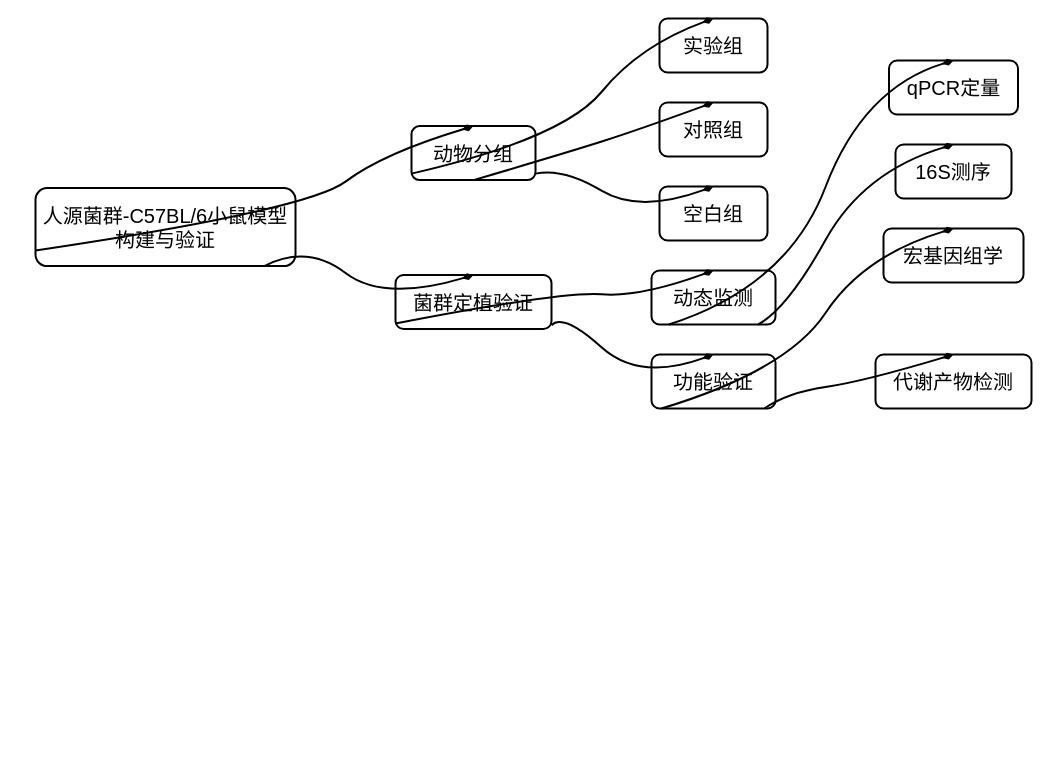
Above: 技术路线图2.drawio in DavidWang2019/TEST (draw.io), before the change. Source tidied: cells renumbered, new cells numbered last; positions are measured from the earlier drawing's top-left corner, leaving out a move shared by most shapes. Both pictures are drawn from the tidied source at 100%, with x=0, y=0 at pixel (35, 18).
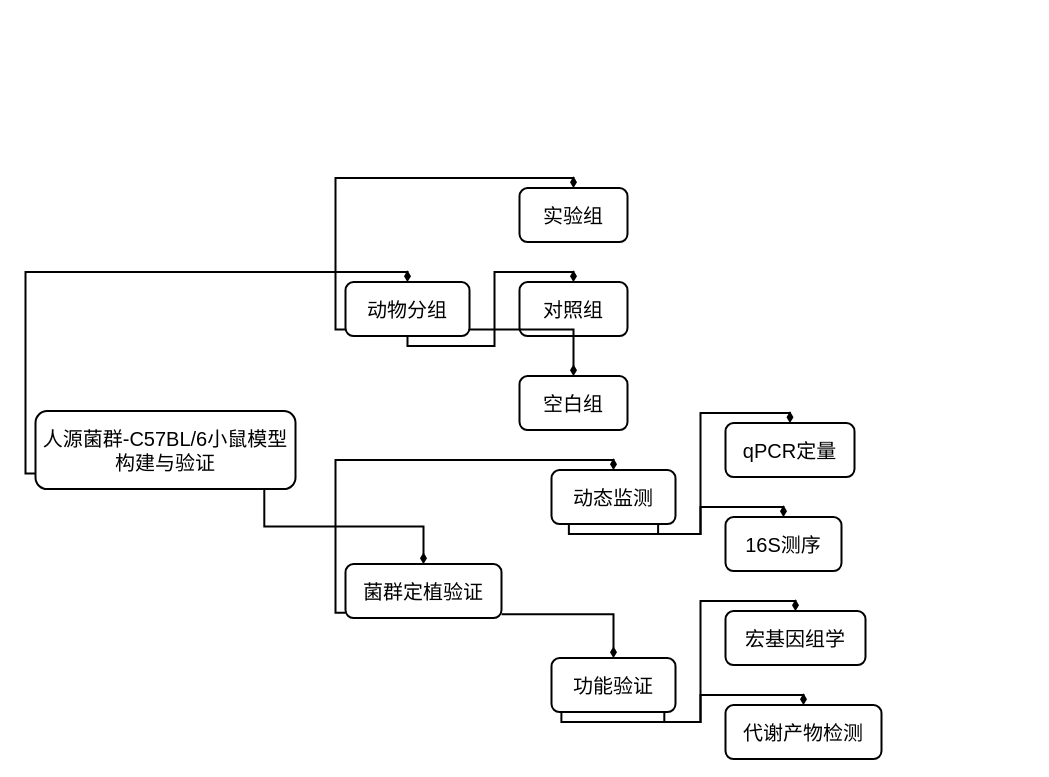
The same page after the edit.

Commit message (it also covers changes not shown here):
更新技术路线图2.drawio

What changed in the source:
```diff
@@
     <mxCell id="2" value="人源菌群-C57BL/6小鼠模型构建与验证" style="whiteSpace=wrap;strokeWidth=2;rounded=1;glass=0;fontSize=20;" parent="1" vertex="1">
-      <mxGeometry y="169.6" width="260" height="78" as="geometry" />
+      <mxGeometry y="392.6" width="260" height="78" as="geometry" />
     </mxCell>
     <mxCell id="3" value="动物分组" style="whiteSpace=wrap;strokeWidth=2;rounded=1;glass=0;fontSize=20;" parent="1" vertex="1">
-      <mxGeometry x="376" y="107.6" width="124" height="54" as="geometry" />
+      <mxGeometry x="310" y="263.6" width="124" height="54" as="geometry" />
     </mxCell>
     <mxCell id="4" value="菌群定植验证" style="whiteSpace=wrap;strokeWidth=2;rounded=1;glass=0;fontSize=20;" parent="1" vertex="1">
-      <mxGeometry x="360" y="256.5" width="156" height="54" as="geometry" />
+      <mxGeometry x="310" y="545.6" width="156" height="54" as="geometry" />
     </mxCell>
     <mxCell id="5" value="实验组" style="whiteSpace=wrap;strokeWidth=2;rounded=1;glass=0;fontSize=20;" parent="1" vertex="1">
-      <mxGeometry x="624" width="108" height="54" as="geometry" />
+      <mxGeometry x="484" y="169.6" width="108" height="54" as="geometry" />
     </mxCell>
     <mxCell id="6" value="对照组" style="whiteSpace=wrap;strokeWidth=2;rounded=1;glass=0;fontSize=20;" parent="1" vertex="1">
-      <mxGeometry x="624" y="84" width="108" height="54" as="geometry" />
+      <mxGeometry x="484" y="263.6" width="108" height="54" as="geometry" />
     </mxCell>
     <mxCell id="7" value="空白组" style="whiteSpace=wrap;strokeWidth=2;rounded=1;glass=0;fontSize=20;" parent="1" vertex="1">
-      <mxGeometry x="624" y="168" width="108" height="54" as="geometry" />
+      <mxGeometry x="484" y="357.6" width="108" height="54" as="geometry" />
     </mxCell>
     <mxCell id="8" value="动态监测" style="whiteSpace=wrap;strokeWidth=2;rounded=1;glass=0;fontSize=20;" parent="1" vertex="1">
-      <mxGeometry x="616" y="252" width="124" height="54" as="geometry" />
+      <mxGeometry x="516" y="451.6" width="124" height="54" as="geometry" />
     </mxCell>
     <mxCell id="9" value="功能验证" style="whiteSpace=wrap;strokeWidth=2;rounded=1;glass=0;fontSize=20;" parent="1" vertex="1">
-      <mxGeometry x="616" y="336" width="124" height="54" as="geometry" />
+      <mxGeometry x="516" y="639.6" width="124" height="54" as="geometry" />
     </mxCell>
     <mxCell id="10" value="qPCR定量" style="whiteSpace=wrap;strokeWidth=2;rounded=1;glass=0;fontSize=20;" parent="1" vertex="1">
-      <mxGeometry x="853.5" y="42" width="129" height="54" as="geometry" />
+      <mxGeometry x="690" y="404.6" width="129" height="54" as="geometry" />
     </mxCell>
     <mxCell id="11" value="16S测序" style="whiteSpace=wrap;strokeWidth=2;rounded=1;glass=0;fontSize=20;" parent="1" vertex="1">
-      <mxGeometry x="860" y="126" width="116" height="54" as="geometry" />
+      <mxGeometry x="690" y="498.6" width="116" height="54" as="geometry" />
     </mxCell>
     <mxCell id="12" value="宏基因组学" style="whiteSpace=wrap;strokeWidth=2;rounded=1;glass=0;fontSize=20;" parent="1" vertex="1">
-      <mxGeometry x="848" y="210" width="140" height="54" as="geometry" />
+      <mxGeometry x="690" y="592.6" width="140" height="54" as="geometry" />
     </mxCell>
     <mxCell id="13" value="代谢产物检测" style="whiteSpace=wrap;strokeWidth=2;rounded=1;glass=0;fontSize=20;" parent="1" vertex="1">
-      <mxGeometry x="840" y="336" width="156" height="54" as="geometry" />
+      <mxGeometry x="690" y="686.6" width="156" height="54" as="geometry" />
     </mxCell>
-    <mxCell id="14" style="curved=1;startArrow=none;endArrow=diamondThin;exitX=0;exitY=0.8;entryX=0.5;entryY=0;rounded=0;strokeWidth=2;endFill=1;noEdgeStyle=1;orthogonal=1;" parent="1" edge="1" source="2" target="3">
-      <mxGeometry relative="1" as="geometry">
-        <Array as="points">
-          <mxPoint x="272" y="191.6" />
-          <mxPoint x="348" y="134.6" />
-        </Array>
-      </mxGeometry>
+    <mxCell id="14" style="startArrow=none;endArrow=diamondThin;exitX=0;exitY=0.8;entryX=0.5;entryY=0;rounded=0;strokeWidth=2;endFill=1;orthogonal=1;edgeStyle=orthogonalEdgeStyle;" parent="1" edge="1" source="2" target="3">
+      <mxGeometry relative="1" as="geometry" />
     </mxCell>
-    <mxCell id="15" style="curved=1;startArrow=none;endArrow=diamondThin;exitX=0.88;exitY=1;entryX=0.5;entryY=0;rounded=0;strokeWidth=2;endFill=1;noEdgeStyle=1;orthogonal=1;" parent="1" edge="1" source="2" target="4">
-      <mxGeometry relative="1" as="geometry">
-        <Array as="points">
-          <mxPoint x="272" y="225.6" />
-          <mxPoint x="348" y="283.5" />
-        </Array>
-      </mxGeometry>
+    <mxCell id="15" style="startArrow=none;endArrow=diamondThin;exitX=0.88;exitY=1;entryX=0.5;entryY=0;rounded=0;strokeWidth=2;endFill=1;orthogonal=1;edgeStyle=orthogonalEdgeStyle;" parent="1" edge="1" source="2" target="4">
+      <mxGeometry relative="1" as="geometry" />
     </mxCell>
-    <mxCell id="16" style="curved=1;startArrow=none;endArrow=diamondThin;exitX=0;exitY=0.88;entryX=0.5;entryY=0;rounded=0;strokeWidth=2;endFill=1;noEdgeStyle=1;orthogonal=1;" parent="1" edge="1" source="3" target="5">
-      <mxGeometry relative="1" as="geometry">
-        <Array as="points">
-          <mxPoint x="528" y="120" />
-          <mxPoint x="604" y="27" />
-        </Array>
-      </mxGeometry>
+    <mxCell id="16" style="startArrow=none;endArrow=diamondThin;exitX=0;exitY=0.88;entryX=0.5;entryY=0;rounded=0;strokeWidth=2;endFill=1;orthogonal=1;edgeStyle=orthogonalEdgeStyle;" parent="1" edge="1" source="3" target="5">
+      <mxGeometry relative="1" as="geometry" />
     </mxCell>
-    <mxCell id="17" style="curved=1;startArrow=none;endArrow=diamondThin;exitX=0.5;exitY=1;entryX=0.5;entryY=0;rounded=0;strokeWidth=2;endFill=1;noEdgeStyle=1;orthogonal=1;" parent="1" edge="1" source="3" target="6">
-      <mxGeometry relative="1" as="geometry">
-        <Array as="points">
-          <mxPoint x="530" y="134.6" />
-          <mxPoint x="604" y="111" />
-        </Array>
-      </mxGeometry>
+    <mxCell id="17" style="startArrow=none;endArrow=diamondThin;exitX=0.5;exitY=1;entryX=0.5;entryY=0;rounded=0;strokeWidth=2;endFill=1;orthogonal=1;edgeStyle=orthogonalEdgeStyle;" parent="1" edge="1" source="3" target="6">
+      <mxGeometry relative="1" as="geometry" />
     </mxCell>
-    <mxCell id="18" style="curved=1;startArrow=none;endArrow=diamondThin;exitX=1;exitY=0.88;entryX=0.5;entryY=0;rounded=0;strokeWidth=2;endFill=1;noEdgeStyle=1;orthogonal=1;" parent="1" edge="1" source="3" target="7">
-      <mxGeometry relative="1" as="geometry">
-        <Array as="points">
-          <mxPoint x="528" y="149.3" />
-          <mxPoint x="604" y="195" />
-        </Array>
-      </mxGeometry>
+    <mxCell id="18" style="startArrow=none;endArrow=diamondThin;exitX=1;exitY=0.88;entryX=0.5;entryY=0;rounded=0;strokeWidth=2;endFill=1;orthogonal=1;edgeStyle=orthogonalEdgeStyle;" parent="1" edge="1" source="3" target="7">
+      <mxGeometry relative="1" as="geometry" />
     </mxCell>
-    <mxCell id="19" style="curved=1;startArrow=none;endArrow=diamondThin;exitX=0;exitY=0.9;entryX=0.5;entryY=0;rounded=0;strokeWidth=2;endFill=1;noEdgeStyle=1;orthogonal=1;" parent="1" edge="1" source="4" target="8">
-      <mxGeometry relative="1" as="geometry">
-        <Array as="points">
-          <mxPoint x="528" y="272.5" />
-          <mxPoint x="604" y="279" />
-        </Array>
-      </mxGeometry>
+    <mxCell id="19" style="startArrow=none;endArrow=diamondThin;exitX=0;exitY=0.9;entryX=0.5;entryY=0;rounded=0;strokeWidth=2;endFill=1;orthogonal=1;edgeStyle=orthogonalEdgeStyle;" parent="1" edge="1" source="4" target="8">
+      <mxGeometry relative="1" as="geometry" />
     </mxCell>
-    <mxCell id="20" style="curved=1;startArrow=none;endArrow=diamondThin;exitX=1;exitY=0.93;entryX=0.5;entryY=0;rounded=0;strokeWidth=2;endFill=1;noEdgeStyle=1;orthogonal=1;" parent="1" edge="1" source="4" target="9">
-      <mxGeometry relative="1" as="geometry">
-        <Array as="points">
-          <mxPoint x="528" y="294.5" />
-          <mxPoint x="604" y="363" />
-        </Array>
-      </mxGeometry>
+    <mxCell id="20" style="startArrow=none;endArrow=diamondThin;exitX=1;exitY=0.93;entryX=0.5;entryY=0;rounded=0;strokeWidth=2;endFill=1;orthogonal=1;edgeStyle=orthogonalEdgeStyle;" parent="1" edge="1" source="4" target="9">
+      <mxGeometry relative="1" as="geometry" />
     </mxCell>
-    <mxCell id="21" style="curved=1;startArrow=none;endArrow=diamondThin;exitX=0.14;exitY=1;entryX=0.5;entryY=0;rounded=0;strokeWidth=2;endFill=1;noEdgeStyle=1;orthogonal=1;" parent="1" edge="1" source="8" target="10">
-      <mxGeometry relative="1" as="geometry">
-        <Array as="points">
-          <mxPoint x="752" y="268" />
-          <mxPoint x="828" y="69" />
-        </Array>
-      </mxGeometry>
+    <mxCell id="21" style="startArrow=none;endArrow=diamondThin;exitX=0.14;exitY=1;entryX=0.5;entryY=0;rounded=0;strokeWidth=2;endFill=1;orthogonal=1;edgeStyle=orthogonalEdgeStyle;" parent="1" edge="1" source="8" target="10">
+      <mxGeometry relative="1" as="geometry" />
     </mxCell>
-    <mxCell id="22" style="curved=1;startArrow=none;endArrow=diamondThin;exitX=0.86;exitY=1;entryX=0.5;entryY=0;rounded=0;strokeWidth=2;endFill=1;noEdgeStyle=1;orthogonal=1;" parent="1" edge="1" source="8" target="11">
-      <mxGeometry relative="1" as="geometry">
-        <Array as="points">
-          <mxPoint x="752" y="290" />
-          <mxPoint x="828" y="153" />
-        </Array>
-      </mxGeometry>
+    <mxCell id="22" style="startArrow=none;endArrow=diamondThin;exitX=0.86;exitY=1;entryX=0.5;entryY=0;rounded=0;strokeWidth=2;endFill=1;orthogonal=1;edgeStyle=orthogonalEdgeStyle;" parent="1" edge="1" source="8" target="11">
+      <mxGeometry relative="1" as="geometry" />
     </mxCell>
-    <mxCell id="23" style="curved=1;startArrow=none;endArrow=diamondThin;exitX=0.08;exitY=1;entryX=0.5;entryY=0;rounded=0;strokeWidth=2;endFill=1;noEdgeStyle=1;orthogonal=1;" parent="1" edge="1" source="9" target="12">
-      <mxGeometry relative="1" as="geometry">
-        <Array as="points">
-          <mxPoint x="752" y="352" />
-          <mxPoint x="828" y="237" />
-        </Array>
-      </mxGeometry>
+    <mxCell id="23" style="startArrow=none;endArrow=diamondThin;exitX=0.08;exitY=1;entryX=0.5;entryY=0;rounded=0;strokeWidth=2;endFill=1;orthogonal=1;edgeStyle=orthogonalEdgeStyle;" parent="1" edge="1" source="9" target="12">
+      <mxGeometry relative="1" as="geometry" />
     </mxCell>
-    <mxCell id="24" style="curved=1;startArrow=none;endArrow=diamondThin;exitX=0.91;exitY=1;entryX=0.5;entryY=0;rounded=0;strokeWidth=2;endFill=1;noEdgeStyle=1;orthogonal=1;" parent="1" edge="1" source="9" target="13">
-      <mxGeometry relative="1" as="geometry">
-        <Array as="points">
-          <mxPoint x="752" y="374" />
-          <mxPoint x="828" y="363" />
-        </Array>
-      </mxGeometry>
+    <mxCell id="24" style="startArrow=none;endArrow=diamondThin;exitX=0.91;exitY=1;entryX=0.5;entryY=0;rounded=0;strokeWidth=2;endFill=1;orthogonal=1;edgeStyle=orthogonalEdgeStyle;" parent="1" edge="1" source="9" target="13">
+      <mxGeometry relative="1" as="geometry" />
     </mxCell>
```
